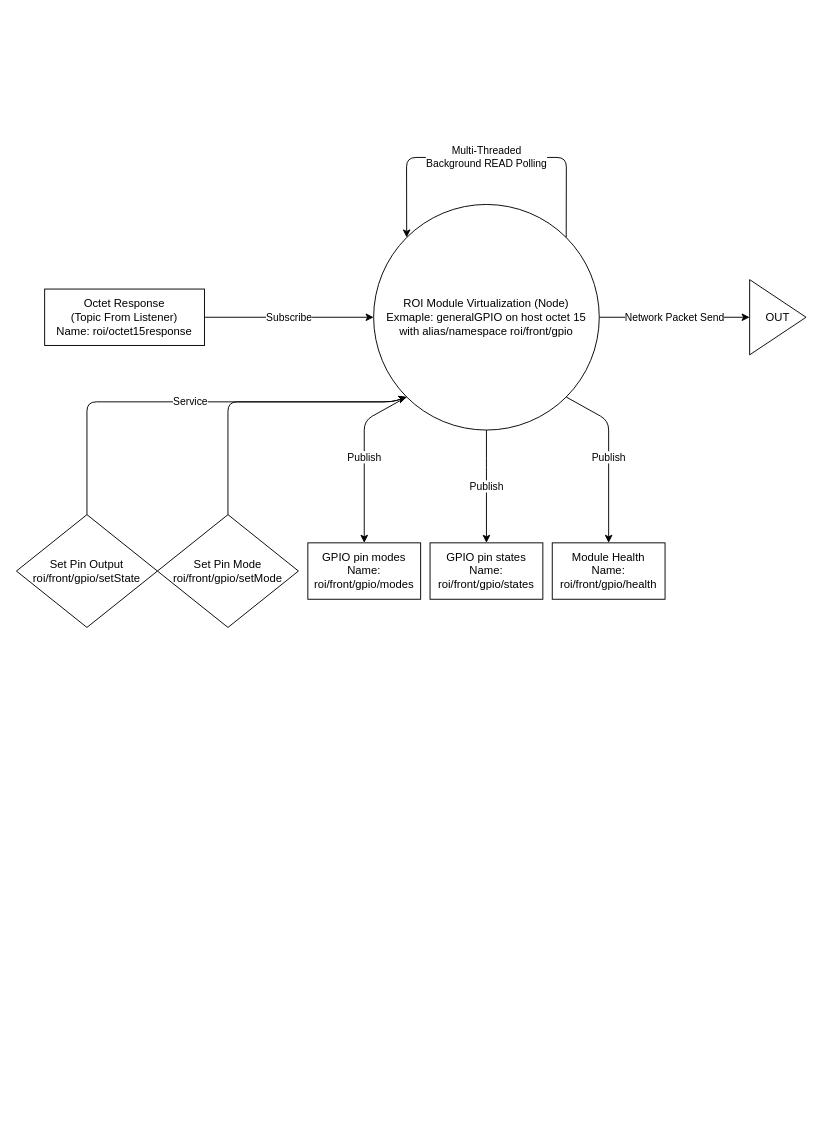
Above: docs/drawio/ROI-Module-Node.drawio in UA-NASA-Robotics/Roobot-Over-IP (draw.io), before the change. Source tidied: cells renumbered, new cells numbered last; positions are measured from the earlier drawing's top-left corner, leaving out a move shared by most shapes. Both pictures are drawn from the tidied source at 94%, with x=0, y=0 at pixel (16, 157).
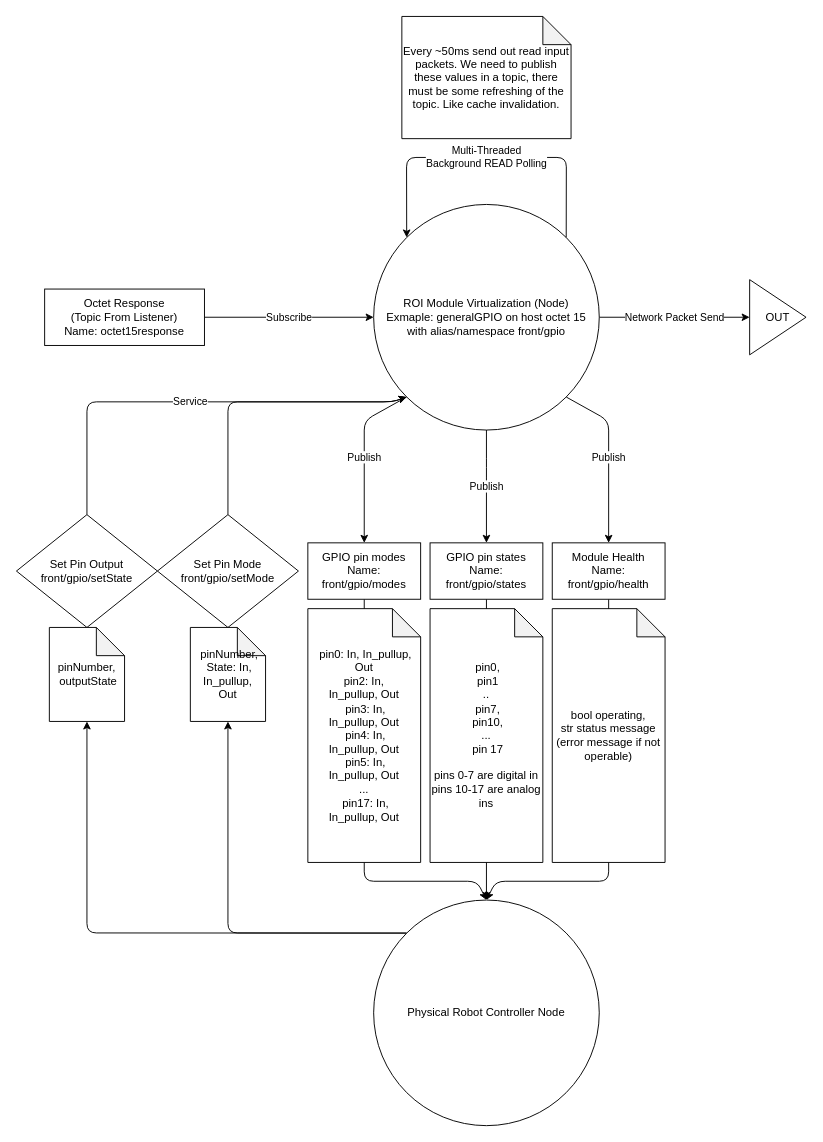
After the change.

Diff of the diagram source:
```diff
@@
-<mxGraphModel>
+<mxGraphModel background="#FFFFFF">
@@
-    <mxCell id="6" value="ROI Module Virtualization (Node)&lt;br&gt;Exmaple: generalGPIO on host octet 15&lt;br&gt;with alias/namespace roi/front/gpio" style="ellipse;whiteSpace=wrap;html=1;" parent="1" vertex="1">
+    <mxCell id="6" value="ROI Module Virtualization (Node)&lt;br&gt;Exmaple: generalGPIO on host octet 15&lt;br&gt;with alias/namespace front/gpio" style="ellipse;whiteSpace=wrap;html=1;" parent="1" vertex="1">
       <mxGeometry x="380" y="50" width="240" height="240" as="geometry" />
     </mxCell>
@@
-    <mxCell id="8" value="Octet Response&lt;br&gt;(Topic From Listener)&lt;br&gt;Name: roi/octet15response" style="rounded=0;whiteSpace=wrap;html=1;" parent="1" vertex="1">
+    <mxCell id="8" value="Octet Response&lt;br&gt;(Topic From Listener)&lt;br&gt;Name: octet15response" style="rounded=0;whiteSpace=wrap;html=1;" parent="1" vertex="1">
       <mxGeometry x="30" y="140" width="170" height="60" as="geometry" />
     </mxCell>
+    <mxCell id="18" style="edgeStyle=none;html=1;exitX=0.5;exitY=1;exitDx=0;exitDy=0;entryX=0.5;entryY=0;entryDx=0;entryDy=0;" parent="1" edge="1" source="9" target="29">
+      <mxGeometry relative="1" as="geometry">
+        <Array as="points">
+          <mxPoint x="370" y="770" />
+          <mxPoint x="490" y="770" />
+        </Array>
+      </mxGeometry>
+    </mxCell>
-    <mxCell id="9" value="GPIO pin modes&lt;br&gt;Name: roi/front/gpio/modes" style="rounded=0;whiteSpace=wrap;html=1;" parent="1" vertex="1">
+    <mxCell id="9" value="GPIO pin modes&lt;br&gt;Name: front/gpio/modes" style="rounded=0;whiteSpace=wrap;html=1;" parent="1" vertex="1">
       <mxGeometry x="310" y="410" width="120" height="60" as="geometry" />
     </mxCell>
+    <mxCell id="19" style="edgeStyle=none;html=1;exitX=0.5;exitY=1;exitDx=0;exitDy=0;entryX=0.5;entryY=0;entryDx=0;entryDy=0;" parent="1" edge="1" source="10" target="29">
+      <mxGeometry relative="1" as="geometry" />
+    </mxCell>
-    <mxCell id="10" value="GPIO pin states&lt;br&gt;Name: roi/front/gpio/states" style="rounded=0;whiteSpace=wrap;html=1;" parent="1" vertex="1">
+    <mxCell id="10" value="GPIO pin states&lt;br&gt;Name: front/gpio/states" style="rounded=0;whiteSpace=wrap;html=1;" parent="1" vertex="1">
       <mxGeometry x="440" y="410" width="120" height="60" as="geometry" />
     </mxCell>
+    <mxCell id="20" style="edgeStyle=none;html=1;exitX=0.5;exitY=1;exitDx=0;exitDy=0;entryX=0.5;entryY=0;entryDx=0;entryDy=0;" parent="1" edge="1" source="11" target="29">
+      <mxGeometry relative="1" as="geometry">
+        <Array as="points">
+          <mxPoint x="630" y="770" />
+          <mxPoint x="510" y="770" />
+        </Array>
+      </mxGeometry>
+    </mxCell>
-    <mxCell id="11" value="Module Health&lt;br&gt;Name:&lt;br&gt;roi/front/gpio/health" style="rounded=0;whiteSpace=wrap;html=1;" parent="1" vertex="1">
+    <mxCell id="11" value="Module Health&lt;br&gt;Name:&lt;br&gt;front/gpio/health" style="rounded=0;whiteSpace=wrap;html=1;" parent="1" vertex="1">
       <mxGeometry x="570" y="410" width="120" height="60" as="geometry" />
     </mxCell>
@@
-    <mxCell id="15" value="Set Pin Mode&lt;br&gt;roi/front/gpio/setMode" style="rhombus;whiteSpace=wrap;html=1;" parent="1" vertex="1">
+    <mxCell id="15" value="Set Pin Mode&lt;br&gt;front/gpio/setMode" style="rhombus;whiteSpace=wrap;html=1;" parent="1" vertex="1">
       <mxGeometry x="150" y="380" width="150" height="120" as="geometry" />
     </mxCell>
@@
-    <mxCell id="17" value="Set Pin Output&lt;br&gt;roi/front/gpio/setState" style="rhombus;whiteSpace=wrap;html=1;" parent="1" vertex="1">
+    <mxCell id="17" value="Set Pin Output&lt;br&gt;front/gpio/setState" style="rhombus;whiteSpace=wrap;html=1;" parent="1" vertex="1">
       <mxGeometry y="380" width="150" height="120" as="geometry" />
     </mxCell>
+    <mxCell id="21" value="Every ~50ms send out read input packets. We need to publish these values in a topic, there must be some refreshing of the topic. Like cache invalidation." style="shape=note;whiteSpace=wrap;html=1;backgroundOutline=1;darkOpacity=0.05;" parent="1" vertex="1">
+      <mxGeometry x="410" y="-150" width="180" height="130" as="geometry" />
+    </mxCell>
+    <mxCell id="22" value="&amp;nbsp;pinNumber,&lt;br&gt;&amp;nbsp;State: In, In_pullup,&lt;br&gt;Out" style="shape=note;whiteSpace=wrap;html=1;backgroundOutline=1;darkOpacity=0.05;" parent="1" vertex="1">
+      <mxGeometry x="185" y="500" width="80" height="100" as="geometry" />
+    </mxCell>
+    <mxCell id="23" value="pinNumber,&lt;br&gt;&amp;nbsp;outputState" style="shape=note;whiteSpace=wrap;html=1;backgroundOutline=1;darkOpacity=0.05;" parent="1" vertex="1">
+      <mxGeometry x="35" y="500" width="80" height="100" as="geometry" />
+    </mxCell>
+    <mxCell id="24" value="&amp;nbsp;pin0: In, In_pullup, Out&lt;br&gt;pin2: In, In_pullup,&amp;nbsp;Out&lt;br&gt;&amp;nbsp;pin3: In, In_pullup,&amp;nbsp;Out&lt;br&gt;&amp;nbsp;pin4: In, In_pullup,&amp;nbsp;Out&lt;br&gt;&amp;nbsp;pin5: In, In_pullup,&amp;nbsp;Out&lt;br&gt;...&lt;br&gt;&amp;nbsp;pin17: In, In_pullup,&amp;nbsp;Out" style="shape=note;whiteSpace=wrap;html=1;backgroundOutline=1;darkOpacity=0.05;" parent="1" vertex="1">
+      <mxGeometry x="310" y="480" width="120" height="270" as="geometry" />
+    </mxCell>
+    <mxCell id="25" value="&amp;nbsp;pin0,&lt;br&gt;&amp;nbsp;pin1&lt;br&gt;..&lt;br&gt;&amp;nbsp;pin7,&lt;br&gt;&amp;nbsp;pin10,&lt;br&gt;...&lt;br&gt;&amp;nbsp;pin 17&lt;br&gt;&lt;br&gt;pins 0-7 are digital in&lt;br&gt;pins 10-17 are analog ins" style="shape=note;whiteSpace=wrap;html=1;backgroundOutline=1;darkOpacity=0.05;" parent="1" vertex="1">
+      <mxGeometry x="440" y="480" width="120" height="270" as="geometry" />
+    </mxCell>
+    <mxCell id="26" value="bool operating,&lt;br&gt;str status message (error message if not operable)" style="shape=note;whiteSpace=wrap;html=1;backgroundOutline=1;darkOpacity=0.05;" parent="1" vertex="1">
+      <mxGeometry x="570" y="480" width="120" height="270" as="geometry" />
+    </mxCell>
+    <mxCell id="27" style="edgeStyle=none;html=1;exitX=0;exitY=0;exitDx=0;exitDy=0;entryX=0.5;entryY=1;entryDx=0;entryDy=0;entryPerimeter=0;" parent="1" edge="1" source="29" target="22">
+      <mxGeometry relative="1" as="geometry">
+        <Array as="points">
+          <mxPoint x="225" y="825" />
+        </Array>
+      </mxGeometry>
+    </mxCell>
+    <mxCell id="28" style="edgeStyle=none;html=1;exitX=0;exitY=0;exitDx=0;exitDy=0;entryX=0.5;entryY=1;entryDx=0;entryDy=0;entryPerimeter=0;" parent="1" edge="1" source="29" target="23">
+      <mxGeometry relative="1" as="geometry">
+        <Array as="points">
+          <mxPoint x="75" y="825" />
+        </Array>
+      </mxGeometry>
+    </mxCell>
+    <mxCell id="29" value="Physical Robot Controller Node" style="ellipse;whiteSpace=wrap;html=1;" parent="1" vertex="1">
+      <mxGeometry x="380" y="790" width="240" height="240" as="geometry" />
+    </mxCell>
```
